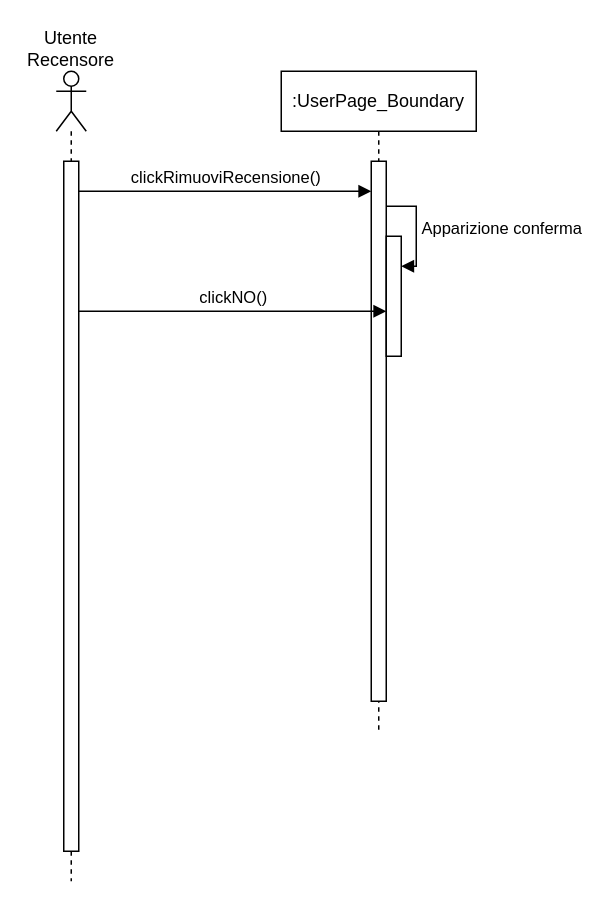
Before: New Diagrams/Sequence Diagrams/UC16.1 Annulla rimozione recensione.drawio in superfra01/Rated, a draw.io diagram. Source tidied: cells renumbered, new cells numbered last; positions are measured from the earlier drawing's top-left corner, leaving out a move shared by most shapes. Both pictures are drawn from the tidied source at 150%, with x=0, y=0 at pixel (26, 26).
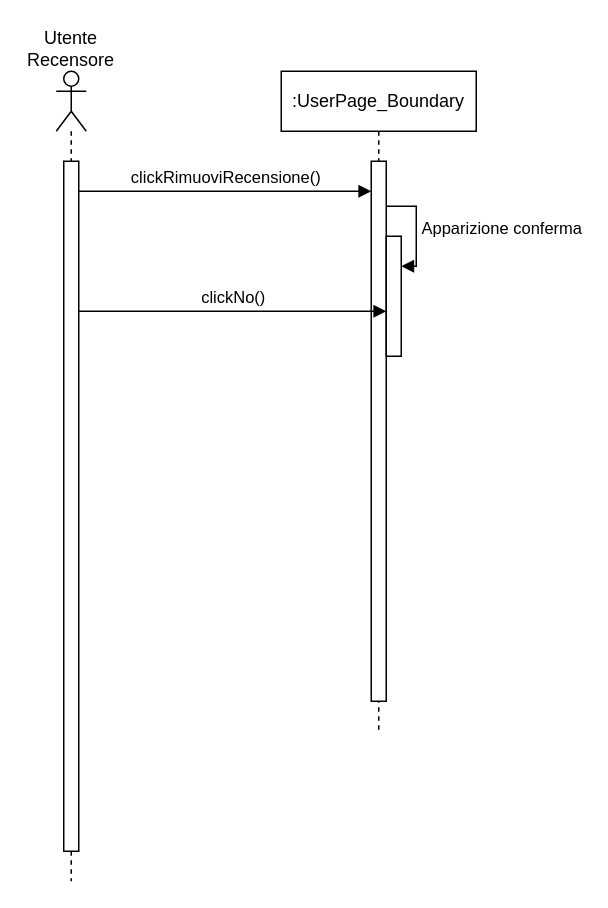
The same diagram, later.

Diff of the diagram source:
```diff
@@
 <mxGraphModel>
   <root>
     <mxCell id="0" />
     <mxCell id="1" parent="0" />
     <mxCell id="2" style="shape=umlLifeline;perimeter=lifelinePerimeter;whiteSpace=wrap;html=1;newEdgeStyle={&quot;curved&quot;:0,&quot;rounded&quot;:0};participant=umlActor;" parent="1" vertex="1">
       <mxGeometry x="20" y="30" width="20" height="540" as="geometry" />
     </mxCell>
     <mxCell id="3" style="html=1;points=[[0,0,0,0,5],[0,1,0,0,-5],[1,0,0,0,5],[1,1,0,0,-5]];perimeter=orthogonalPerimeter;outlineConnect=0;targetShapes=umlLifeline;portConstraint=eastwest;newEdgeStyle={&quot;curved&quot;:0,&quot;rounded&quot;:0};" parent="2" vertex="1">
       <mxGeometry x="5" y="60" width="10" height="460" as="geometry" />
     </mxCell>
     <mxCell id="4" value="Utente Recensore" style="text;html=1;align=center;verticalAlign=middle;whiteSpace=wrap;rounded=0;" parent="1" vertex="1">
       <mxGeometry width="60" height="30" as="geometry" />
     </mxCell>
     <mxCell id="5" value=":UserPage_Boundary" style="shape=umlLifeline;perimeter=lifelinePerimeter;whiteSpace=wrap;html=1;newEdgeStyle={&quot;curved&quot;:0,&quot;rounded&quot;:0};" parent="1" vertex="1">
       <mxGeometry x="170" y="30" width="130" height="440" as="geometry" />
     </mxCell>
     <mxCell id="6" style="html=1;points=[[0,0,0,0,5],[0,1,0,0,-5],[1,0,0,0,5],[1,1,0,0,-5]];perimeter=orthogonalPerimeter;outlineConnect=0;targetShapes=umlLifeline;portConstraint=eastwest;newEdgeStyle={&quot;curved&quot;:0,&quot;rounded&quot;:0};" parent="5" vertex="1">
       <mxGeometry x="60" y="60" width="10" height="360" as="geometry" />
     </mxCell>
     <mxCell id="7" style="html=1;points=[[0,0,0,0,5],[0,1,0,0,-5],[1,0,0,0,5],[1,1,0,0,-5]];perimeter=orthogonalPerimeter;outlineConnect=0;targetShapes=umlLifeline;portConstraint=eastwest;newEdgeStyle={&quot;curved&quot;:0,&quot;rounded&quot;:0};" parent="5" vertex="1">
       <mxGeometry x="70" y="110" width="10" height="80" as="geometry" />
     </mxCell>
     <mxCell id="8" value="Apparizione conferma" style="html=1;align=left;spacingLeft=2;endArrow=block;rounded=0;edgeStyle=orthogonalEdgeStyle;curved=0;rounded=0;" parent="5" edge="1" source="6" target="7">
       <mxGeometry relative="1" as="geometry">
         <Array as="points">
           <mxPoint x="90" y="90" />
           <mxPoint x="90" y="130" />
         </Array>
       </mxGeometry>
     </mxCell>
     <mxCell id="9" value="clickRimuoviRecensione()" style="html=1;verticalAlign=bottom;endArrow=block;curved=0;rounded=0;" parent="1" edge="1" target="6">
       <mxGeometry relative="1" as="geometry">
         <mxPoint x="35" y="110" as="sourcePoint" />
       </mxGeometry>
     </mxCell>
-    <mxCell id="10" value="clickNO()" style="html=1;verticalAlign=bottom;endArrow=block;curved=0;rounded=0;" parent="1" edge="1" source="3" target="7">
+    <mxCell id="10" value="clickNo()" style="html=1;verticalAlign=bottom;endArrow=block;curved=0;rounded=0;" parent="1" edge="1" source="3" target="7">
       <mxGeometry relative="1" as="geometry">
         <Array as="points">
           <mxPoint x="175" y="190" />
         </Array>
       </mxGeometry>
     </mxCell>
   </root>
 </mxGraphModel>
```
